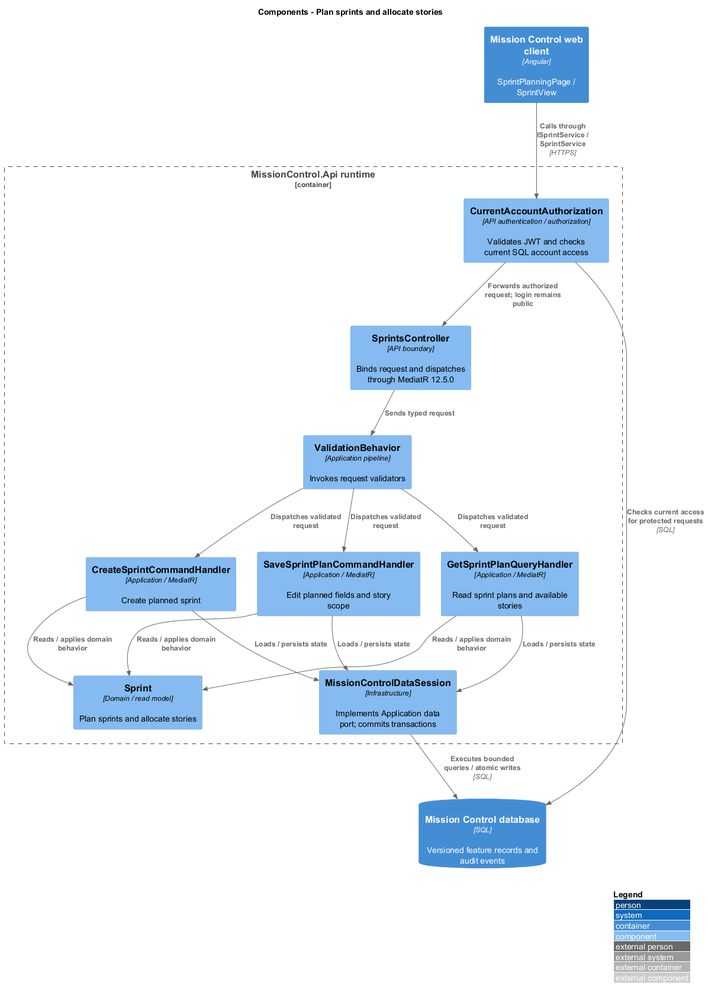
Earlier version of the PlantUML export docs/detailed-designs/scrum/plan-sprints/diagrams/c4-component.png (QuinntyneBrown/mission-control). Its diagram source:
```plantuml
@startuml
!include <C4/C4_Component>
LAYOUT_WITH_LEGEND()
title Components - Plan sprints and allocate stories
Container(web, "Mission Control web client", "Angular", "SprintPlanningPage / SprintView")
ContainerDb(db, "Mission Control database", "SQL", "Versioned feature records and audit events")
Container_Boundary(api, "MissionControl.Api runtime") {
  Component(ctrl, "SprintsController", "API boundary", "Binds request and dispatches through MediatR 12.5.0")
  Component(access, "CurrentAccountAuthorization", "API authentication / authorization", "Validates JWT and checks current SQL account access")
  Component(validation, "ValidationBehavior", "Application pipeline", "Invokes request validators")
  Component(entity, "Sprint", "Domain / read model", "Plan sprints and allocate stories")
  Component(store, "MissionControlDataSession", "Infrastructure", "Implements Application data port; commits transactions")
Rel(web, access, "Calls through ISprintService / SprintService", "HTTPS")
Rel(access, db, "Checks current access for protected requests", "SQL")
Rel(access, ctrl, "Forwards authorized request; login remains public")
Rel(ctrl, validation, "Sends typed request")
Component(h0, "CreateSprintCommandHandler", "Application / MediatR", "Create planned sprint")
Rel(validation, h0, "Dispatches validated request")
Rel(h0, entity, "Reads / applies domain behavior")
Rel(h0, store, "Loads / persists state")
Component(h1, "SaveSprintPlanCommandHandler", "Application / MediatR", "Edit planned fields and story scope")
Rel(validation, h1, "Dispatches validated request")
Rel(h1, entity, "Reads / applies domain behavior")
Rel(h1, store, "Loads / persists state")
Component(h2, "GetSprintPlanQueryHandler", "Application / MediatR", "Read sprint plans and available stories")
Rel(validation, h2, "Dispatches validated request")
Rel(h2, entity, "Reads / applies domain behavior")
Rel(h2, store, "Loads / persists state")
}
Rel(store, db, "Executes bounded queries / atomic writes", "SQL")
@enduml
```
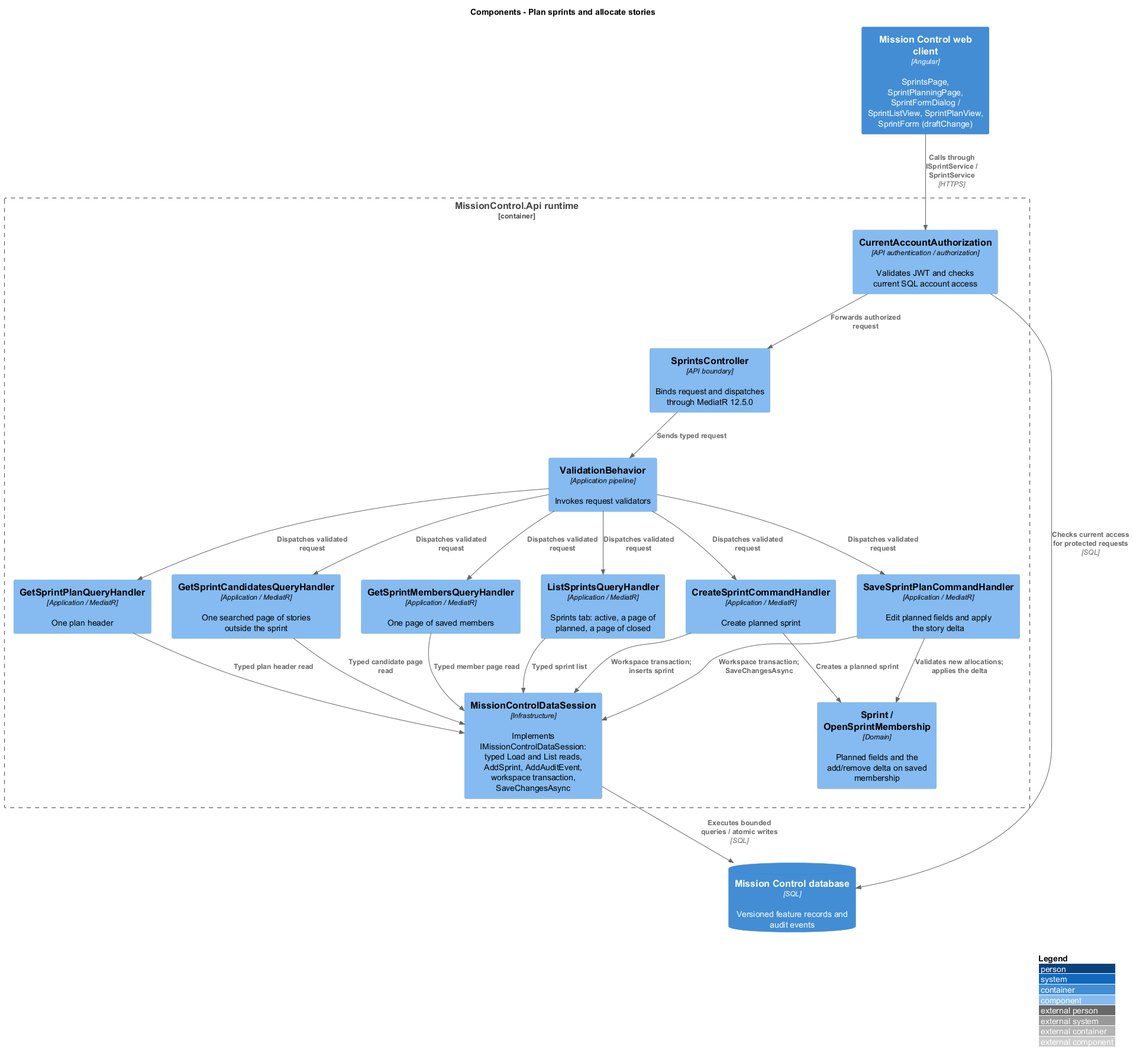
After the change.

The edit, as a diff of the source:
```diff
@@ -2,30 +2,38 @@
 !include <C4/C4_Component>
 LAYOUT_WITH_LEGEND()
 title Components - Plan sprints and allocate stories
-Container(web, "Mission Control web client", "Angular", "SprintPlanningPage / SprintView")
+Container(web, "Mission Control web client", "Angular", "SprintsPage, SprintPlanningPage, SprintFormDialog / SprintListView, SprintPlanView, SprintForm (draftChange)")
 ContainerDb(db, "Mission Control database", "SQL", "Versioned feature records and audit events")
 Container_Boundary(api, "MissionControl.Api runtime") {
   Component(ctrl, "SprintsController", "API boundary", "Binds request and dispatches through MediatR 12.5.0")
   Component(access, "CurrentAccountAuthorization", "API authentication / authorization", "Validates JWT and checks current SQL account access")
   Component(validation, "ValidationBehavior", "Application pipeline", "Invokes request validators")
-  Component(entity, "Sprint", "Domain / read model", "Plan sprints and allocate stories")
-  Component(store, "MissionControlDataSession", "Infrastructure", "Implements Application data port; commits transactions")
+  Component(entity, "Sprint / OpenSprintMembership", "Domain", "Planned fields and the add/remove delta on saved membership")
+  Component(store, "MissionControlDataSession", "Infrastructure", "Implements IMissionControlDataSession: typed Load and List reads, AddSprint, AddAuditEvent, workspace transaction, SaveChangesAsync")
 Rel(web, access, "Calls through ISprintService / SprintService", "HTTPS")
 Rel(access, db, "Checks current access for protected requests", "SQL")
-Rel(access, ctrl, "Forwards authorized request; login remains public")
+Rel(access, ctrl, "Forwards authorized request")
 Rel(ctrl, validation, "Sends typed request")
 Component(h0, "CreateSprintCommandHandler", "Application / MediatR", "Create planned sprint")
 Rel(validation, h0, "Dispatches validated request")
-Rel(h0, entity, "Reads / applies domain behavior")
-Rel(h0, store, "Loads / persists state")
-Component(h1, "SaveSprintPlanCommandHandler", "Application / MediatR", "Edit planned fields and story scope")
+Rel(h0, entity, "Creates a planned sprint")
+Rel(h0, store, "Workspace transaction; inserts sprint")
+Component(h1, "SaveSprintPlanCommandHandler", "Application / MediatR", "Edit planned fields and apply the story delta")
 Rel(validation, h1, "Dispatches validated request")
-Rel(h1, entity, "Reads / applies domain behavior")
-Rel(h1, store, "Loads / persists state")
-Component(h2, "GetSprintPlanQueryHandler", "Application / MediatR", "Read sprint plans and available stories")
+Rel(h1, entity, "Validates new allocations; applies the delta")
+Rel(h1, store, "Workspace transaction; SaveChangesAsync")
+Component(h5, "ListSprintsQueryHandler", "Application / MediatR", "Sprints tab: active, a page of planned, a page of closed")
+Rel(validation, h5, "Dispatches validated request")
+Rel(h5, store, "Typed sprint list")
+Component(h2, "GetSprintPlanQueryHandler", "Application / MediatR", "One plan header")
 Rel(validation, h2, "Dispatches validated request")
-Rel(h2, entity, "Reads / applies domain behavior")
-Rel(h2, store, "Loads / persists state")
+Rel(h2, store, "Typed plan header read")
+Component(h3, "GetSprintCandidatesQueryHandler", "Application / MediatR", "One searched page of stories outside the sprint")
+Rel(validation, h3, "Dispatches validated request")
+Rel(h3, store, "Typed candidate page read")
+Component(h4, "GetSprintMembersQueryHandler", "Application / MediatR", "One page of saved members")
+Rel(validation, h4, "Dispatches validated request")
+Rel(h4, store, "Typed member page read")
 }
 Rel(store, db, "Executes bounded queries / atomic writes", "SQL")
 @enduml
```
